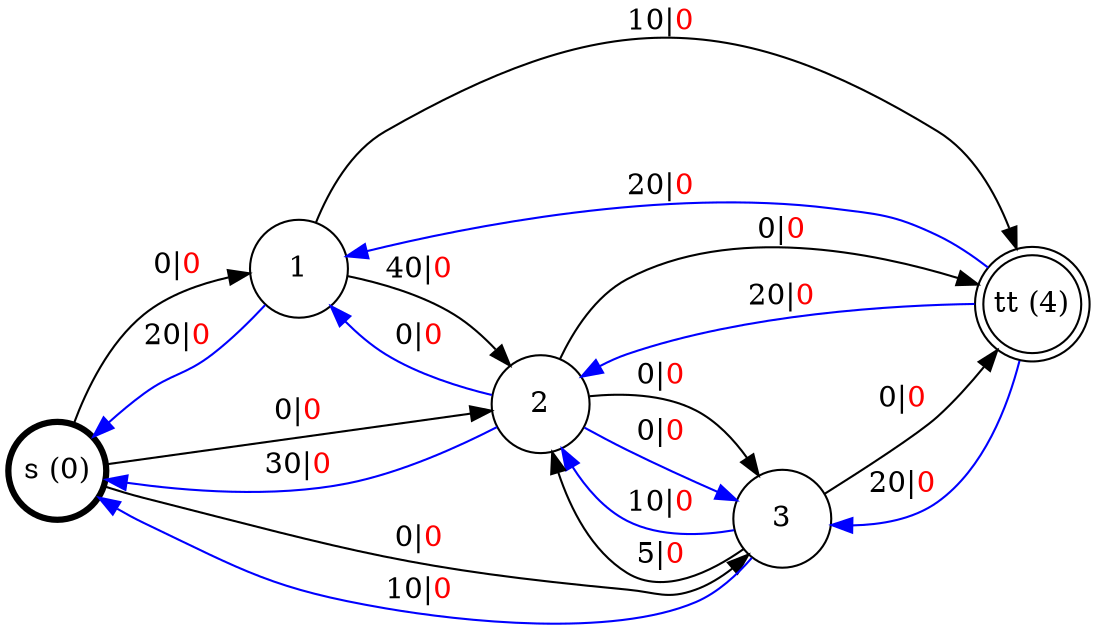
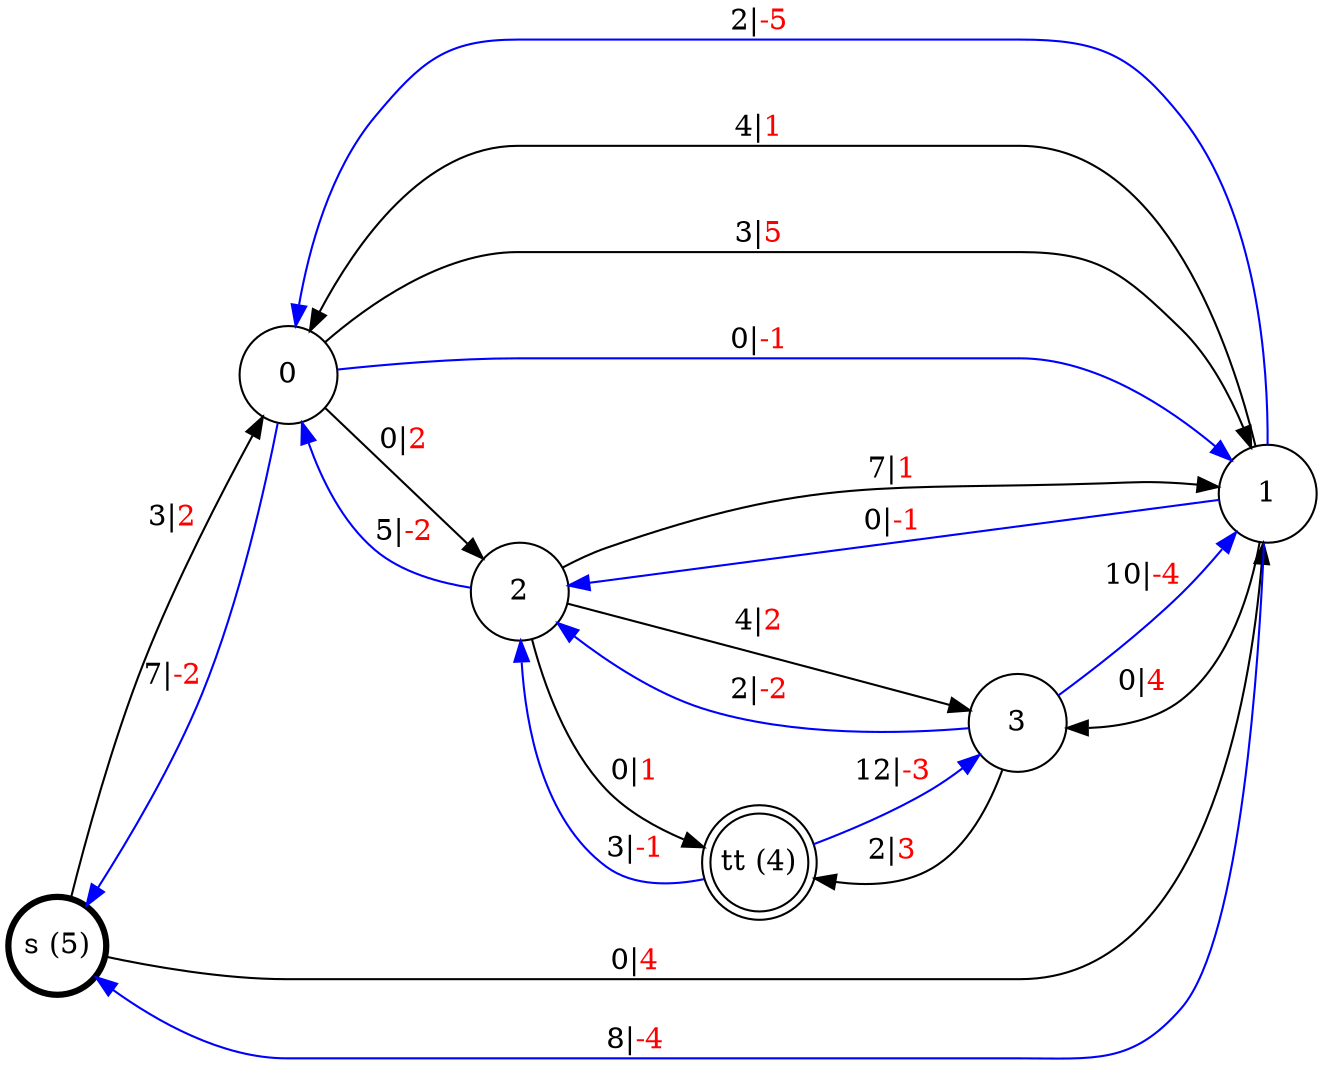
digraph G {
  rankdir=LR;
  node [shape=circle, width=0.65, height=0.65, fixedsize=true];
-   0 [penwidth=3, color="black", label="s (0)"];
+   5 [penwidth=3, color="black", label="s (5)"];
  4 [shape=doublecircle, label="tt (4)"];
-   0 -> 1 [label=<0|<font color='red'>0</font>>, shape=box, color="black"];
-   0 -> 2 [label=<0|<font color='red'>0</font>>, shape=box, color="black"];
-   0 -> 3 [label=<0|<font color='red'>0</font>>, shape=box, color="black"];
-   1 -> 0 [label=<20|<font color='red'>0</font>>, shape=box, color="blue"];
-   1 -> 2 [label=<40|<font color='red'>0</font>>, shape=box, color="black"];
-   1 -> 4 [label=<10|<font color='red'>0</font>>, shape=box, color="black"];
-   2 -> 0 [label=<30|<font color='red'>0</font>>, shape=box, color="blue"];
-   2 -> 1 [label=<0|<font color='red'>0</font>>, shape=box, color="blue"];
-   2 -> 3 [label=<0|<font color='red'>0</font>>, shape=box, color="black"];
-   2 -> 4 [label=<0|<font color='red'>0</font>>, shape=box, color="black"];
-   2 -> 3 [label=<0|<font color='red'>0</font>>, shape=box, color="blue"];
-   3 -> 0 [label=<10|<font color='red'>0</font>>, shape=box, color="blue"];
-   3 -> 2 [label=<10|<font color='red'>0</font>>, shape=box, color="blue"];
-   3 -> 2 [label=<5|<font color='red'>0</font>>, shape=box, color="black"];
-   3 -> 4 [label=<0|<font color='red'>0</font>>, shape=box, color="black"];
-   4 -> 1 [label=<20|<font color='red'>0</font>>, shape=box, color="blue"];
-   4 -> 2 [label=<20|<font color='red'>0</font>>, shape=box, color="blue"];
-   4 -> 3 [label=<20|<font color='red'>0</font>>, shape=box, color="blue"];
+   0 -> 5 [label=<7|<font color='red'>-2</font>>, shape=box, color="blue"];
+   0 -> 1 [label=<3|<font color='red'>5</font>>, shape=box, color="black"];
+   0 -> 2 [label=<0|<font color='red'>2</font>>, shape=box, color="black"];
+   0 -> 1 [label=<0|<font color='red'>-1</font>>, shape=box, color="blue"];
+   1 -> 5 [label=<8|<font color='red'>-4</font>>, shape=box, color="blue"];
+   1 -> 0 [label=<2|<font color='red'>-5</font>>, shape=box, color="blue"];
+   1 -> 0 [label=<4|<font color='red'>1</font>>, shape=box, color="black"];
+   1 -> 3 [label=<0|<font color='red'>4</font>>, shape=box, color="black"];
+   1 -> 2 [label=<0|<font color='red'>-1</font>>, shape=box, color="blue"];
+   2 -> 0 [label=<5|<font color='red'>-2</font>>, shape=box, color="blue"];
+   2 -> 1 [label=<7|<font color='red'>1</font>>, shape=box, color="black"];
+   2 -> 3 [label=<4|<font color='red'>2</font>>, shape=box, color="black"];
+   2 -> 4 [label=<0|<font color='red'>1</font>>, shape=box, color="black"];
+   3 -> 1 [label=<10|<font color='red'>-4</font>>, shape=box, color="blue"];
+   3 -> 2 [label=<2|<font color='red'>-2</font>>, shape=box, color="blue"];
+   3 -> 4 [label=<2|<font color='red'>3</font>>, shape=box, color="black"];
+   4 -> 2 [label=<3|<font color='red'>-1</font>>, shape=box, color="blue"];
+   4 -> 3 [label=<12|<font color='red'>-3</font>>, shape=box, color="blue"];
+   5 -> 0 [label=<3|<font color='red'>2</font>>, shape=box, color="black"];
+   5 -> 1 [label=<0|<font color='red'>4</font>>, shape=box, color="black"];
}